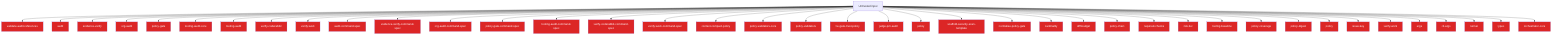
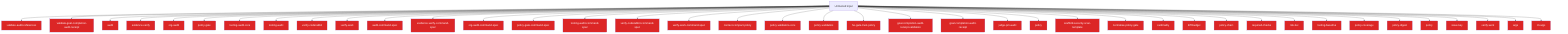
flowchart TD
  Untrusted["Untrusted input"]
  validate_audit_references_811f872a["validate-audit-references"]
  Untrusted --> validate_audit_references_811f872a
+   validate_goal_completion_audit_receipt_100d252c["validate-goal-completion-audit-receipt"]
+   Untrusted --> validate_goal_completion_audit_receipt_100d252c
  audit_b81f37a0["audit"]
  Untrusted --> audit_b81f37a0
  evidence_verify_3b73c290["evidence-verify"]
  Untrusted --> evidence_verify_3b73c290
  org_audit_d739e44b["org-audit"]
  Untrusted --> org_audit_d739e44b
  policy_gate_213f7313["policy-gate"]
  Untrusted --> policy_gate_213f7313
  tooling_audit_core_328d6a41["tooling-audit-core"]
  Untrusted --> tooling_audit_core_328d6a41
  tooling_audit_8a8239ff["tooling-audit"]
  Untrusted --> tooling_audit_8a8239ff
  verify_coderabbit_490b4e71["verify-coderabbit"]
  Untrusted --> verify_coderabbit_490b4e71
  verify_work_df70ecac["verify-work"]
  Untrusted --> verify_work_df70ecac
  audit_command_spec_5acf0149["audit-command-spec"]
  Untrusted --> audit_command_spec_5acf0149
  evidence_verify_command_spec_e1cbfea2["evidence-verify-command-spec"]
  Untrusted --> evidence_verify_command_spec_e1cbfea2
  org_audit_command_spec_1a570341["org-audit-command-spec"]
  Untrusted --> org_audit_command_spec_1a570341
  policy_gate_command_spec_71e8726a["policy-gate-command-spec"]
  Untrusted --> policy_gate_command_spec_71e8726a
  tooling_audit_command_spec_e0e57863["tooling-audit-command-spec"]
  Untrusted --> tooling_audit_command_spec_e0e57863
  verify_coderabbit_command_spec_68cc9ec5["verify-coderabbit-command-spec"]
  Untrusted --> verify_coderabbit_command_spec_68cc9ec5
  verify_work_command_spec_d6c94ac8["verify-work-command-spec"]
  Untrusted --> verify_work_command_spec_d6c94ac8
  context_compact_policy_3dcaf95d["context-compact-policy"]
  Untrusted --> context_compact_policy_3dcaf95d
  policy_validators_core_714a3fe7["policy-validators-core"]
  Untrusted --> policy_validators_core_714a3fe7
  policy_validators_6682e192["policy-validators"]
  Untrusted --> policy_validators_6682e192
  he_gate_trust_policy_b1126dfd["he-gate-trust-policy"]
  Untrusted --> he_gate_trust_policy_b1126dfd
+   goal_completion_audit_receipt_validation_9d0f4891["goal-completion-audit-receipt-validation"]
+   Untrusted --> goal_completion_audit_receipt_validation_9d0f4891
+   goal_completion_audit_receipt_5e4939c3["goal-completion-audit-receipt"]
+   Untrusted --> goal_completion_audit_receipt_5e4939c3
  judge_pm_audit_ccd20b35["judge-pm-audit"]
  Untrusted --> judge_pm_audit_ccd20b35
  policy_823412d1["policy"]
  Untrusted --> policy_823412d1
  scaffold_security_scan_template_55bc7465["scaffold-security-scan-template"]
  Untrusted --> scaffold_security_scan_template_55bc7465
  normalise_policy_gate_90229693["normalise-policy-gate"]
  Untrusted --> normalise_policy_gate_90229693
  cardinality_ebef8aff["cardinality"]
  Untrusted --> cardinality_ebef8aff
  diff_budget_1_9f85eb1c["diff-budget"]
  Untrusted --> diff_budget_1_9f85eb1c
  policy_chain_0c92e343["policy-chain"]
  Untrusted --> policy_chain_0c92e343
  required_checks_46396214["required-checks"]
  Untrusted --> required_checks_46396214
  risk_tier_1_96b6ff91["risk-tier"]
  Untrusted --> risk_tier_1_96b6ff91
  tooling_baseline_50ab2eeb["tooling-baseline"]
  Untrusted --> tooling_baseline_50ab2eeb
  policy_coverage_dab8febe["policy-coverage"]
  Untrusted --> policy_coverage_dab8febe
  policy_digest_ca7acf0a["policy-digest"]
  Untrusted --> policy_digest_ca7acf0a
  policy_1_fc4198db["policy"]
  Untrusted --> policy_1_fc4198db
  issue_key_305bf3db["issue-key"]
  Untrusted --> issue_key_305bf3db
  verify_work_1_cd8e7ec3["verify-work"]
  Untrusted --> verify_work_1_cd8e7ec3
  args_1_15220d9b["args"]
  Untrusted --> args_1_15220d9b
  cli_args_14_3481043e["cli-args"]
  Untrusted --> cli_args_14_3481043e
-   runner_1_6f281bf8["runner"]
-   Untrusted --> runner_1_6f281bf8
-   types_34_85e6a0bb["types"]
-   Untrusted --> types_34_85e6a0bb
-   orchestrator_core_d0678b53["orchestrator-core"]
-   Untrusted --> orchestrator_core_d0678b53
  classDef securityNode fill:#dc2626,color:#fff
-   class validate_audit_references_811f872a,audit_b81f37a0,evidence_verify_3b73c290,org_audit_d739e44b,policy_gate_213f7313,tooling_audit_core_328d6a41,tooling_audit_8a8239ff,verify_coderabbit_490b4e71,verify_work_df70ecac,audit_command_spec_5acf0149,evidence_verify_command_spec_e1cbfea2,org_audit_command_spec_1a570341,policy_gate_command_spec_71e8726a,tooling_audit_command_spec_e0e57863,verify_coderabbit_command_spec_68cc9ec5,verify_work_command_spec_d6c94ac8,context_compact_policy_3dcaf95d,policy_validators_core_714a3fe7,policy_validators_6682e192,he_gate_trust_policy_b1126dfd,judge_pm_audit_ccd20b35,policy_823412d1,scaffold_security_scan_template_55bc7465,normalise_policy_gate_90229693,cardinality_ebef8aff,diff_budget_1_9f85eb1c,policy_chain_0c92e343,required_checks_46396214,risk_tier_1_96b6ff91,tooling_baseline_50ab2eeb,policy_coverage_dab8febe,policy_digest_ca7acf0a,policy_1_fc4198db,issue_key_305bf3db,verify_work_1_cd8e7ec3,args_1_15220d9b,cli_args_14_3481043e,runner_1_6f281bf8,types_34_85e6a0bb,orchestrator_core_d0678b53 securityNode
+   class validate_audit_references_811f872a,validate_goal_completion_audit_receipt_100d252c,audit_b81f37a0,evidence_verify_3b73c290,org_audit_d739e44b,policy_gate_213f7313,tooling_audit_core_328d6a41,tooling_audit_8a8239ff,verify_coderabbit_490b4e71,verify_work_df70ecac,audit_command_spec_5acf0149,evidence_verify_command_spec_e1cbfea2,org_audit_command_spec_1a570341,policy_gate_command_spec_71e8726a,tooling_audit_command_spec_e0e57863,verify_coderabbit_command_spec_68cc9ec5,verify_work_command_spec_d6c94ac8,context_compact_policy_3dcaf95d,policy_validators_core_714a3fe7,policy_validators_6682e192,he_gate_trust_policy_b1126dfd,goal_completion_audit_receipt_validation_9d0f4891,goal_completion_audit_receipt_5e4939c3,judge_pm_audit_ccd20b35,policy_823412d1,scaffold_security_scan_template_55bc7465,normalise_policy_gate_90229693,cardinality_ebef8aff,diff_budget_1_9f85eb1c,policy_chain_0c92e343,required_checks_46396214,risk_tier_1_96b6ff91,tooling_baseline_50ab2eeb,policy_coverage_dab8febe,policy_digest_ca7acf0a,policy_1_fc4198db,issue_key_305bf3db,verify_work_1_cd8e7ec3,args_1_15220d9b,cli_args_14_3481043e securityNode
